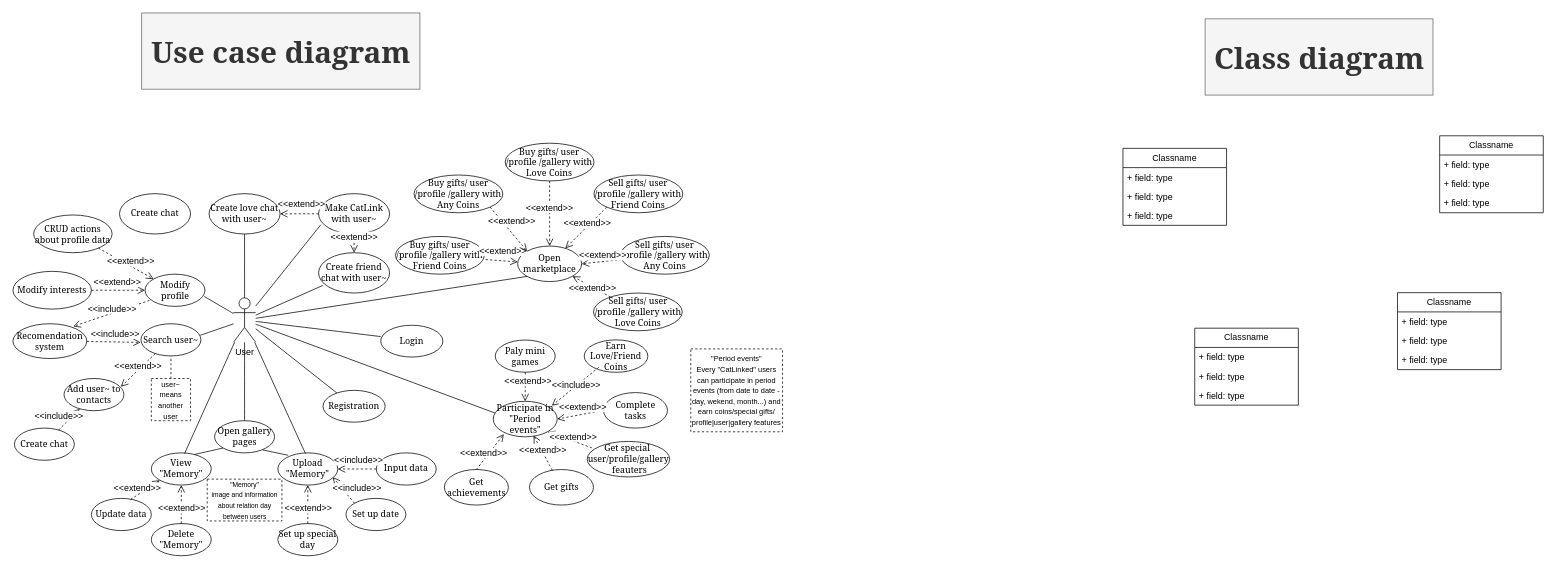
Above: catmate/catmate.drawio in TheRufio/CatMate (draw.io), before the change. Source tidied: cells renumbered, new cells numbered last; positions are measured from the earlier drawing's top-left corner, leaving out a move shared by most shapes. Both pictures are drawn from the tidied source at 74%, with x=0, y=0 at pixel (13, 13).
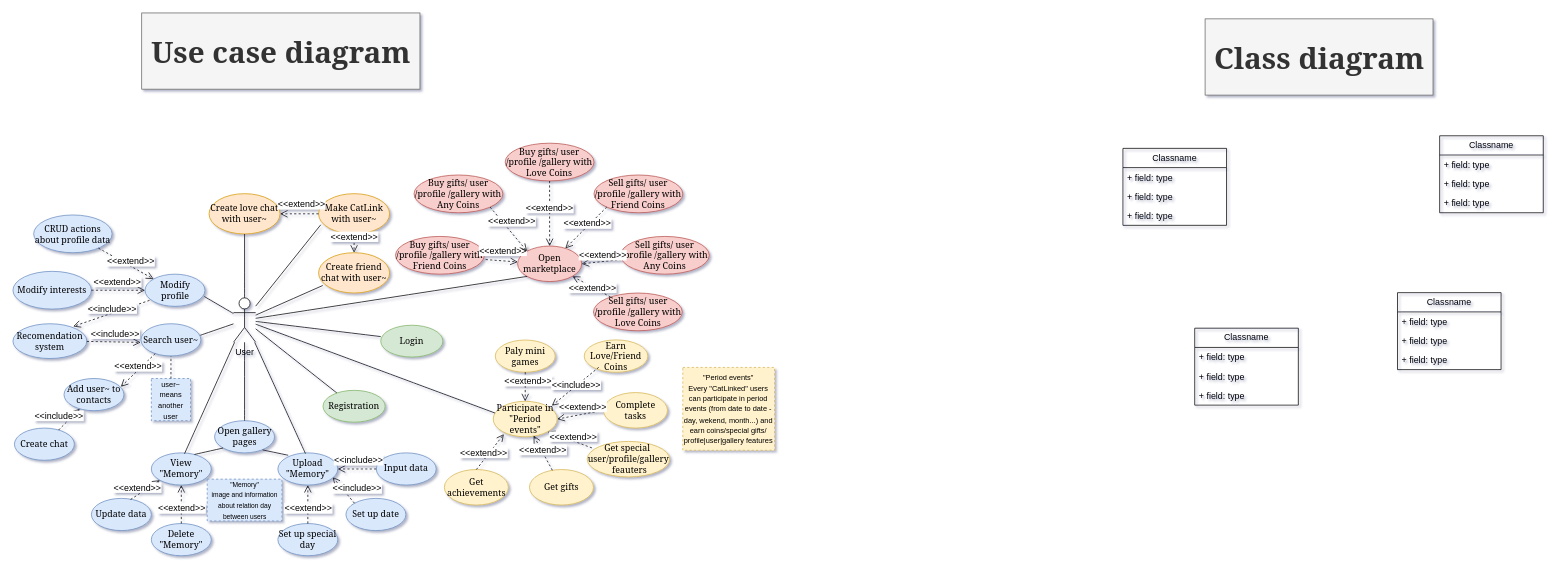
The same diagram, later.

Diff of the diagram source:
```diff
@@
-<mxGraphModel background="#FFFFFF">
+<mxGraphModel background="light-dark(#FFFFFF,#F1F1F1)" shadow="1">
@@
-    <mxCell id="4" value="&lt;font face=&quot;Georgia&quot;&gt;Registration&lt;/font&gt;" style="ellipse;whiteSpace=wrap;html=1;" parent="1" vertex="1">
+    <mxCell id="4" value="&lt;font face=&quot;Georgia&quot;&gt;Registration&lt;/font&gt;" style="ellipse;whiteSpace=wrap;html=1;fillColor=#d5e8d4;strokeColor=#82b366;" parent="1" vertex="1">
       <mxGeometry x="419" y="510" width="84" height="43" as="geometry" />
     </mxCell>
@@
-    <mxCell id="6" value="&lt;font face=&quot;Georgia&quot;&gt;Search user~&lt;/font&gt;" style="ellipse;whiteSpace=wrap;html=1;" parent="1" vertex="1">
+    <mxCell id="6" value="&lt;font face=&quot;Georgia&quot;&gt;Search user~&lt;/font&gt;" style="ellipse;whiteSpace=wrap;html=1;fillColor=#dae8fc;strokeColor=#6c8ebf;" parent="1" vertex="1">
       <mxGeometry x="173" y="420" width="81" height="43.5" as="geometry" />
     </mxCell>
-    <mxCell id="7" value="&lt;font face=&quot;Georgia&quot;&gt;Recomendation system&lt;/font&gt;" style="ellipse;whiteSpace=wrap;html=1;" parent="1" vertex="1">
+    <mxCell id="7" value="&lt;font face=&quot;Georgia&quot;&gt;Recomendation system&lt;/font&gt;" style="ellipse;whiteSpace=wrap;html=1;fillColor=#dae8fc;strokeColor=#6c8ebf;" parent="1" vertex="1">
       <mxGeometry y="420" width="99.8" height="47" as="geometry" />
     </mxCell>
@@
-    <mxCell id="10" value="&lt;font style=&quot;font-size: 10px;&quot;&gt;user~&lt;/font&gt;&lt;div&gt;&lt;font style=&quot;font-size: 10px;&quot;&gt;means another user&lt;/font&gt;&lt;/div&gt;" style="whiteSpace=wrap;html=1;strokeWidth=1;dashed=1;" parent="1" vertex="1">
+    <mxCell id="10" value="&lt;font style=&quot;font-size: 10px;&quot;&gt;user~&lt;/font&gt;&lt;div&gt;&lt;font style=&quot;font-size: 10px;&quot;&gt;means another user&lt;/font&gt;&lt;/div&gt;" style="whiteSpace=wrap;html=1;strokeWidth=1;dashed=1;fillColor=#dae8fc;strokeColor=#6c8ebf;" parent="1" vertex="1">
       <mxGeometry x="187" y="494" width="53" height="57" as="geometry" />
     </mxCell>
@@
-    <mxCell id="12" value="&lt;font face=&quot;Georgia&quot;&gt;Open marketplace&lt;/font&gt;" style="ellipse;whiteSpace=wrap;html=1;" parent="1" vertex="1">
+    <mxCell id="12" value="&lt;font face=&quot;Georgia&quot;&gt;Open marketplace&lt;/font&gt;" style="ellipse;whiteSpace=wrap;html=1;fillColor=#f8cecc;strokeColor=#b85450;" parent="1" vertex="1">
       <mxGeometry x="682" y="315" width="86.5" height="48" as="geometry" />
     </mxCell>
-    <mxCell id="13" value="&lt;font face=&quot;Georgia&quot;&gt;Make CatLink with user~&lt;/font&gt;" style="ellipse;whiteSpace=wrap;html=1;" parent="1" vertex="1">
+    <mxCell id="13" value="&lt;font face=&quot;Georgia&quot;&gt;Make CatLink with user~&lt;/font&gt;" style="ellipse;whiteSpace=wrap;html=1;fillColor=#ffe6cc;strokeColor=#d79b00;" parent="1" vertex="1">
       <mxGeometry x="413" y="244.2" width="96" height="54.5" as="geometry" />
     </mxCell>
@@
-    <mxCell id="16" value="&lt;font face=&quot;Georgia&quot;&gt;Create love chat with user~&lt;/font&gt;" style="ellipse;whiteSpace=wrap;html=1;" parent="1" vertex="1">
+    <mxCell id="16" value="&lt;font face=&quot;Georgia&quot;&gt;Create love chat with user~&lt;/font&gt;" style="ellipse;whiteSpace=wrap;html=1;fillColor=#ffe6cc;strokeColor=#d79b00;" parent="1" vertex="1">
       <mxGeometry x="265" y="244.2" width="96" height="54.5" as="geometry" />
     </mxCell>
-    <mxCell id="17" value="&lt;font face=&quot;Georgia&quot;&gt;Create friend chat with user~&lt;/font&gt;" style="ellipse;whiteSpace=wrap;html=1;" parent="1" vertex="1">
+    <mxCell id="17" value="&lt;font face=&quot;Georgia&quot;&gt;Create friend chat with user~&lt;/font&gt;" style="ellipse;whiteSpace=wrap;html=1;fillColor=#ffe6cc;strokeColor=#d79b00;" parent="1" vertex="1">
       <mxGeometry x="413" y="324" width="96" height="54.5" as="geometry" />
     </mxCell>
@@
-    <mxCell id="22" value="&lt;font face=&quot;Georgia&quot;&gt;Add user~ to contacts&lt;/font&gt;" style="ellipse;whiteSpace=wrap;html=1;" parent="1" vertex="1">
+    <mxCell id="22" value="&lt;font face=&quot;Georgia&quot;&gt;Add user~ to contacts&lt;/font&gt;" style="ellipse;whiteSpace=wrap;html=1;fillColor=#dae8fc;strokeColor=#6c8ebf;" parent="1" vertex="1">
       <mxGeometry x="69" y="494" width="81" height="43.5" as="geometry" />
     </mxCell>
@@
-    <mxCell id="24" value="&lt;font face=&quot;Georgia&quot;&gt;Open gallery pages&lt;/font&gt;" style="ellipse;whiteSpace=wrap;html=1;" parent="1" vertex="1">
+    <mxCell id="24" value="&lt;font face=&quot;Georgia&quot;&gt;Open gallery pages&lt;/font&gt;" style="ellipse;whiteSpace=wrap;html=1;fillColor=#dae8fc;strokeColor=#6c8ebf;" parent="1" vertex="1">
       <mxGeometry x="272.5" y="551" width="81" height="43.5" as="geometry" />
     </mxCell>
@@
-    <mxCell id="26" value="&lt;font face=&quot;Georgia&quot;&gt;Set up date&lt;/font&gt;" style="ellipse;whiteSpace=wrap;html=1;" parent="1" vertex="1">
+    <mxCell id="26" value="&lt;font face=&quot;Georgia&quot;&gt;Set up date&lt;/font&gt;" style="ellipse;whiteSpace=wrap;html=1;fillColor=#dae8fc;strokeColor=#6c8ebf;" parent="1" vertex="1">
       <mxGeometry x="450" y="656" width="81" height="43.5" as="geometry" />
     </mxCell>
@@
-    <mxCell id="28" value="&lt;font face=&quot;Georgia&quot;&gt;Set up special day&lt;/font&gt;" style="ellipse;whiteSpace=wrap;html=1;" parent="1" vertex="1">
+    <mxCell id="28" value="&lt;font face=&quot;Georgia&quot;&gt;Set up special day&lt;/font&gt;" style="ellipse;whiteSpace=wrap;html=1;fillColor=#dae8fc;strokeColor=#6c8ebf;" parent="1" vertex="1">
       <mxGeometry x="358" y="690" width="81" height="43.5" as="geometry" />
     </mxCell>
@@
-    <mxCell id="30" value="&lt;font face=&quot;Georgia&quot;&gt;Upload &quot;Memory&quot;&lt;/font&gt;" style="ellipse;whiteSpace=wrap;html=1;" parent="1" vertex="1">
+    <mxCell id="30" value="&lt;font face=&quot;Georgia&quot;&gt;Upload &quot;Memory&quot;&lt;/font&gt;" style="ellipse;whiteSpace=wrap;html=1;fillColor=#dae8fc;strokeColor=#6c8ebf;" parent="1" vertex="1">
       <mxGeometry x="358" y="594.5" width="81" height="43.5" as="geometry" />
     </mxCell>
@@
-    <mxCell id="33" value="&lt;font face=&quot;Georgia&quot;&gt;View &quot;Memory&quot;&lt;/font&gt;" style="ellipse;whiteSpace=wrap;html=1;" parent="1" vertex="1">
+    <mxCell id="33" value="&lt;font face=&quot;Georgia&quot;&gt;View &quot;Memory&quot;&lt;/font&gt;" style="ellipse;whiteSpace=wrap;html=1;fillColor=#dae8fc;strokeColor=#6c8ebf;" parent="1" vertex="1">
       <mxGeometry x="187" y="594.5" width="81" height="43.5" as="geometry" />
     </mxCell>
@@
-    <mxCell id="35" value="&lt;font face=&quot;Georgia&quot;&gt;Update data&lt;/font&gt;" style="ellipse;whiteSpace=wrap;html=1;" parent="1" vertex="1">
+    <mxCell id="35" value="&lt;font face=&quot;Georgia&quot;&gt;Update data&lt;/font&gt;" style="ellipse;whiteSpace=wrap;html=1;fillColor=#dae8fc;strokeColor=#6c8ebf;" parent="1" vertex="1">
       <mxGeometry x="106" y="656" width="81" height="43.5" as="geometry" />
     </mxCell>
@@
-    <mxCell id="38" value="&lt;font face=&quot;Georgia&quot;&gt;Input data&lt;/font&gt;" style="ellipse;whiteSpace=wrap;html=1;" parent="1" vertex="1">
+    <mxCell id="38" value="&lt;font face=&quot;Georgia&quot;&gt;Input data&lt;/font&gt;" style="ellipse;whiteSpace=wrap;html=1;fillColor=#dae8fc;strokeColor=#6c8ebf;" parent="1" vertex="1">
       <mxGeometry x="491" y="594.5" width="81" height="43.5" as="geometry" />
     </mxCell>
@@
-    <mxCell id="40" value="&lt;font face=&quot;Georgia&quot;&gt;Delete &quot;Memory&quot;&lt;/font&gt;" style="ellipse;whiteSpace=wrap;html=1;" parent="1" vertex="1">
+    <mxCell id="40" value="&lt;font face=&quot;Georgia&quot;&gt;Delete &quot;Memory&quot;&lt;/font&gt;" style="ellipse;whiteSpace=wrap;html=1;fillColor=#dae8fc;strokeColor=#6c8ebf;" parent="1" vertex="1">
       <mxGeometry x="187" y="690" width="81" height="43.5" as="geometry" />
     </mxCell>
-    <mxCell id="41" value="&lt;font style=&quot;font-size: 9px;&quot;&gt;&quot;Memory&quot;&lt;/font&gt;&lt;div&gt;&lt;font style=&quot;font-size: 9px;&quot;&gt;image and information about relation day between users&lt;/font&gt;&lt;/div&gt;" style="whiteSpace=wrap;html=1;strokeWidth=1;dashed=1;" parent="1" vertex="1">
+    <mxCell id="41" value="&lt;font style=&quot;font-size: 9px;&quot;&gt;&quot;Memory&quot;&lt;/font&gt;&lt;div&gt;&lt;font style=&quot;font-size: 9px;&quot;&gt;image and information about relation day between users&lt;/font&gt;&lt;/div&gt;" style="whiteSpace=wrap;html=1;strokeWidth=1;dashed=1;fillColor=#dae8fc;strokeColor=#6c8ebf;" parent="1" vertex="1">
       <mxGeometry x="262.5" y="630" width="101" height="56.5" as="geometry" />
     </mxCell>
@@
-    <mxCell id="43" value="&lt;font face=&quot;Georgia&quot;&gt;Modify profile&lt;/font&gt;" style="ellipse;whiteSpace=wrap;html=1;" parent="1" vertex="1">
+    <mxCell id="43" value="&lt;font face=&quot;Georgia&quot;&gt;Modify profile&lt;/font&gt;" style="ellipse;whiteSpace=wrap;html=1;fillColor=#dae8fc;strokeColor=#6c8ebf;" parent="1" vertex="1">
       <mxGeometry x="178.5" y="353" width="81" height="43.5" as="geometry" />
     </mxCell>
-    <mxCell id="44" value="&lt;font face=&quot;Georgia&quot;&gt;CRUD actions about profile data&lt;/font&gt;" style="ellipse;whiteSpace=wrap;html=1;" parent="1" vertex="1">
+    <mxCell id="44" value="&lt;font face=&quot;Georgia&quot;&gt;CRUD actions about profile data&lt;/font&gt;" style="ellipse;whiteSpace=wrap;html=1;fillColor=#dae8fc;strokeColor=#6c8ebf;" parent="1" vertex="1">
       <mxGeometry x="28" y="273" width="106" height="51" as="geometry" />
     </mxCell>
@@
-    <mxCell id="47" value="&lt;font face=&quot;Georgia&quot;&gt;Modify interests&lt;/font&gt;" style="ellipse;whiteSpace=wrap;html=1;" parent="1" vertex="1">
+    <mxCell id="47" value="&lt;font face=&quot;Georgia&quot;&gt;Modify interests&lt;/font&gt;" style="ellipse;whiteSpace=wrap;html=1;fillColor=#dae8fc;strokeColor=#6c8ebf;" parent="1" vertex="1">
       <mxGeometry y="349.2" width="106" height="51" as="geometry" />
     </mxCell>
@@
-    <mxCell id="67" value="&lt;font face=&quot;Georgia&quot;&gt;Participate in &quot;Period events&quot;&lt;/font&gt;" style="ellipse;whiteSpace=wrap;html=1;" parent="1" vertex="1">
+    <mxCell id="67" value="&lt;font face=&quot;Georgia&quot;&gt;Participate in &quot;Period events&quot;&lt;/font&gt;" style="ellipse;whiteSpace=wrap;html=1;fillColor=#fff2cc;strokeColor=#d6b656;" parent="1" vertex="1">
       <mxGeometry x="649" y="524.8" width="86.5" height="48" as="geometry" />
     </mxCell>
-    <mxCell id="68" value="&lt;div style=&quot;&quot;&gt;&lt;font style=&quot;font-size: 10px;&quot;&gt;&quot;Period events&quot;&lt;/font&gt;&lt;/div&gt;&lt;div style=&quot;&quot;&gt;&lt;span style=&quot;background-color: transparent; color: light-dark(rgb(0, 0, 0), rgb(255, 255, 255));&quot;&gt;&lt;font style=&quot;font-size: 10px;&quot;&gt;Every &quot;CatLinked&quot; users can participate in period events (from date to date - day, wekend, month...) and earn coins/special gifts/ profile|user|gallery features&lt;/font&gt;&lt;/span&gt;&lt;/div&gt;" style="whiteSpace=wrap;html=1;strokeWidth=1;dashed=1;align=center;" parent="1" vertex="1">
-      <mxGeometry x="916" y="454" width="124" height="112" as="geometry" />
+    <mxCell id="68" value="&lt;div style=&quot;&quot;&gt;&lt;font style=&quot;font-size: 10px;&quot;&gt;&quot;Period events&quot;&lt;/font&gt;&lt;/div&gt;&lt;div style=&quot;&quot;&gt;&lt;span style=&quot;background-color: transparent; color: light-dark(rgb(0, 0, 0), rgb(255, 255, 255));&quot;&gt;&lt;font style=&quot;font-size: 10px;&quot;&gt;Every &quot;CatLinked&quot; users can participate in period events (from date to date - day, wekend, month...) and earn coins/special gifts/ profile|user|gallery features&lt;/font&gt;&lt;/span&gt;&lt;/div&gt;" style="whiteSpace=wrap;html=1;strokeWidth=1;dashed=1;align=center;fillColor=#fff2cc;strokeColor=#d6b656;" parent="1" vertex="1">
+      <mxGeometry x="905.2" y="479" width="124" height="112" as="geometry" />
     </mxCell>
@@
-    <mxCell id="70" value="&lt;font face=&quot;Georgia&quot;&gt;Paly mini games&lt;/font&gt;" style="ellipse;whiteSpace=wrap;html=1;" parent="1" vertex="1">
+    <mxCell id="70" value="&lt;font face=&quot;Georgia&quot;&gt;Paly mini games&lt;/font&gt;" style="ellipse;whiteSpace=wrap;html=1;fillColor=#fff2cc;strokeColor=#d6b656;" parent="1" vertex="1">
       <mxGeometry x="651.8" y="442" width="81" height="43.5" as="geometry" />
     </mxCell>
@@
-    <mxCell id="72" value="&lt;font face=&quot;Georgia&quot;&gt;Earn Love/Friend Coins&lt;/font&gt;" style="ellipse;whiteSpace=wrap;html=1;" parent="1" vertex="1">
+    <mxCell id="72" value="&lt;font face=&quot;Georgia&quot;&gt;Earn Love/Friend Coins&lt;/font&gt;" style="ellipse;whiteSpace=wrap;html=1;fillColor=#fff2cc;strokeColor=#d6b656;" parent="1" vertex="1">
       <mxGeometry x="772" y="441.8" width="86" height="43.8" as="geometry" />
     </mxCell>
-    <mxCell id="73" value="&lt;font face=&quot;Georgia&quot;&gt;Complete tasks&lt;/font&gt;" style="ellipse;whiteSpace=wrap;html=1;" parent="1" vertex="1">
+    <mxCell id="73" value="&lt;font face=&quot;Georgia&quot;&gt;Complete tasks&lt;/font&gt;" style="ellipse;whiteSpace=wrap;html=1;fillColor=#fff2cc;strokeColor=#d6b656;" parent="1" vertex="1">
       <mxGeometry x="798" y="513" width="86.5" height="48" as="geometry" />
     </mxCell>
@@
-    <mxCell id="76" value="&lt;font face=&quot;Georgia&quot;&gt;Get achievements&lt;/font&gt;" style="ellipse;whiteSpace=wrap;html=1;" parent="1" vertex="1">
+    <mxCell id="76" value="&lt;font face=&quot;Georgia&quot;&gt;Get achievements&lt;/font&gt;" style="ellipse;whiteSpace=wrap;html=1;fillColor=#fff2cc;strokeColor=#d6b656;" parent="1" vertex="1">
       <mxGeometry x="583" y="617" width="86.5" height="48" as="geometry" />
     </mxCell>
@@
-    <mxCell id="78" value="&lt;font face=&quot;Georgia&quot;&gt;Get special&amp;nbsp;&lt;/font&gt;&lt;div&gt;&lt;span style=&quot;font-family: Georgia;&quot;&gt;user/profile/gallery&lt;/span&gt;&lt;div&gt;&lt;font face=&quot;Georgia&quot;&gt;&amp;nbsp;feauters&lt;/font&gt;&lt;/div&gt;&lt;/div&gt;" style="ellipse;whiteSpace=wrap;html=1;" parent="1" vertex="1">
+    <mxCell id="78" value="&lt;font face=&quot;Georgia&quot;&gt;Get special&amp;nbsp;&lt;/font&gt;&lt;div&gt;&lt;span style=&quot;font-family: Georgia;&quot;&gt;user/profile/gallery&lt;/span&gt;&lt;div&gt;&lt;font face=&quot;Georgia&quot;&gt;&amp;nbsp;feauters&lt;/font&gt;&lt;/div&gt;&lt;/div&gt;" style="ellipse;whiteSpace=wrap;html=1;fillColor=#fff2cc;strokeColor=#d6b656;" parent="1" vertex="1">
       <mxGeometry x="776" y="579" width="111.5" height="48" as="geometry" />
     </mxCell>
@@
-    <mxCell id="80" value="&lt;font face=&quot;Georgia&quot;&gt;Login&lt;/font&gt;" style="ellipse;whiteSpace=wrap;html=1;" parent="1" vertex="1">
+    <mxCell id="80" value="&lt;font face=&quot;Georgia&quot;&gt;Login&lt;/font&gt;" style="ellipse;whiteSpace=wrap;html=1;fillColor=#d5e8d4;strokeColor=#82b366;" parent="1" vertex="1">
       <mxGeometry x="497" y="422" width="84" height="43" as="geometry" />
     </mxCell>
@@
-    <mxCell id="82" value="&lt;font face=&quot;Georgia&quot;&gt;Get gifts&lt;/font&gt;" style="ellipse;whiteSpace=wrap;html=1;" parent="1" vertex="1">
+    <mxCell id="82" value="&lt;font face=&quot;Georgia&quot;&gt;Get gifts&lt;/font&gt;" style="ellipse;whiteSpace=wrap;html=1;fillColor=#fff2cc;strokeColor=#d6b656;" parent="1" vertex="1">
       <mxGeometry x="698" y="617" width="86.5" height="48" as="geometry" />
     </mxCell>
@@
-    <mxCell id="84" value="&lt;font face=&quot;Georgia&quot;&gt;Create chat&lt;/font&gt;" style="ellipse;whiteSpace=wrap;html=1;" parent="1" vertex="1">
-      <mxGeometry x="144" y="244.2" width="96" height="54.5" as="geometry" />
-    </mxCell>
-    <mxCell id="85" value="&lt;font face=&quot;Georgia&quot;&gt;Create chat&lt;/font&gt;" style="ellipse;whiteSpace=wrap;html=1;" parent="1" vertex="1">
+    <mxCell id="85" value="&lt;font face=&quot;Georgia&quot;&gt;Create chat&lt;/font&gt;" style="ellipse;whiteSpace=wrap;html=1;fillColor=#dae8fc;strokeColor=#6c8ebf;" parent="1" vertex="1">
       <mxGeometry x="2" y="561" width="81" height="43.5" as="geometry" />
     </mxCell>
@@
-    <mxCell id="87" value="&lt;font face=&quot;Georgia&quot;&gt;Buy gifts/&amp;nbsp;&lt;/font&gt;&lt;span style=&quot;font-family: Georgia;&quot;&gt;user /profile /gallery&lt;/span&gt;&lt;font face=&quot;Georgia&quot;&gt;&amp;nbsp;with Friend Coins&lt;/font&gt;" style="ellipse;whiteSpace=wrap;html=1;" parent="1" vertex="1">
+    <mxCell id="87" value="&lt;font face=&quot;Georgia&quot;&gt;Buy gifts/&amp;nbsp;&lt;/font&gt;&lt;span style=&quot;font-family: Georgia;&quot;&gt;user /profile /gallery&lt;/span&gt;&lt;font face=&quot;Georgia&quot;&gt;&amp;nbsp;with Friend Coins&lt;/font&gt;" style="ellipse;whiteSpace=wrap;html=1;fillColor=#f8cecc;strokeColor=#b85450;" parent="1" vertex="1">
       <mxGeometry x="517" y="302" width="120" height="51" as="geometry" />
     </mxCell>
-    <mxCell id="88" value="&lt;font face=&quot;Georgia&quot;&gt;Buy gifts/&amp;nbsp;&lt;/font&gt;&lt;span style=&quot;font-family: Georgia;&quot;&gt;user /profile /gallery&lt;/span&gt;&lt;font face=&quot;Georgia&quot;&gt;&amp;nbsp;with Love Coins&lt;/font&gt;" style="ellipse;whiteSpace=wrap;html=1;" parent="1" vertex="1">
+    <mxCell id="88" value="&lt;font face=&quot;Georgia&quot;&gt;Buy gifts/&amp;nbsp;&lt;/font&gt;&lt;span style=&quot;font-family: Georgia;&quot;&gt;user /profile /gallery&lt;/span&gt;&lt;font face=&quot;Georgia&quot;&gt;&amp;nbsp;with Love Coins&lt;/font&gt;" style="ellipse;whiteSpace=wrap;html=1;fillColor=#f8cecc;strokeColor=#b85450;" parent="1" vertex="1">
       <mxGeometry x="665.2" y="176" width="120" height="51" as="geometry" />
     </mxCell>
-    <mxCell id="89" value="&lt;font face=&quot;Georgia&quot;&gt;Buy gifts/&amp;nbsp;&lt;/font&gt;&lt;span style=&quot;font-family: Georgia;&quot;&gt;user /profile /gallery&lt;/span&gt;&lt;font face=&quot;Georgia&quot;&gt;&amp;nbsp;with Any Coins&lt;/font&gt;" style="ellipse;whiteSpace=wrap;html=1;" parent="1" vertex="1">
+    <mxCell id="89" value="&lt;font face=&quot;Georgia&quot;&gt;Buy gifts/&amp;nbsp;&lt;/font&gt;&lt;span style=&quot;font-family: Georgia;&quot;&gt;user /profile /gallery&lt;/span&gt;&lt;font face=&quot;Georgia&quot;&gt;&amp;nbsp;with Any Coins&lt;/font&gt;" style="ellipse;whiteSpace=wrap;html=1;fillColor=#f8cecc;strokeColor=#b85450;" parent="1" vertex="1">
       <mxGeometry x="542" y="219" width="120" height="51" as="geometry" />
     </mxCell>
-    <mxCell id="90" value="&lt;font face=&quot;Georgia&quot;&gt;Sell gifts/&amp;nbsp;&lt;/font&gt;&lt;span style=&quot;font-family: Georgia;&quot;&gt;user /profile /gallery&lt;/span&gt;&lt;font face=&quot;Georgia&quot;&gt;&amp;nbsp;with Friend Coins&lt;/font&gt;" style="ellipse;whiteSpace=wrap;html=1;" parent="1" vertex="1">
+    <mxCell id="90" value="&lt;font face=&quot;Georgia&quot;&gt;Sell gifts/&amp;nbsp;&lt;/font&gt;&lt;span style=&quot;font-family: Georgia;&quot;&gt;user /profile /gallery&lt;/span&gt;&lt;font face=&quot;Georgia&quot;&gt;&amp;nbsp;with Friend Coins&lt;/font&gt;" style="ellipse;whiteSpace=wrap;html=1;fillColor=#f8cecc;strokeColor=#b85450;" parent="1" vertex="1">
       <mxGeometry x="785.2" y="219" width="120" height="51" as="geometry" />
     </mxCell>
-    <mxCell id="91" value="&lt;span style=&quot;font-family: Georgia;&quot;&gt;Sell&lt;/span&gt;&lt;font face=&quot;Georgia&quot;&gt;&amp;nbsp;gifts/&amp;nbsp;&lt;/font&gt;&lt;span style=&quot;font-family: Georgia;&quot;&gt;user /profile /gallery&lt;/span&gt;&lt;font face=&quot;Georgia&quot;&gt;&amp;nbsp;with Any Coins&lt;/font&gt;" style="ellipse;whiteSpace=wrap;html=1;" parent="1" vertex="1">
+    <mxCell id="91" value="&lt;span style=&quot;font-family: Georgia;&quot;&gt;Sell&lt;/span&gt;&lt;font face=&quot;Georgia&quot;&gt;&amp;nbsp;gifts/&amp;nbsp;&lt;/font&gt;&lt;span style=&quot;font-family: Georgia;&quot;&gt;user /profile /gallery&lt;/span&gt;&lt;font face=&quot;Georgia&quot;&gt;&amp;nbsp;with Any Coins&lt;/font&gt;" style="ellipse;whiteSpace=wrap;html=1;fillColor=#f8cecc;strokeColor=#b85450;" parent="1" vertex="1">
       <mxGeometry x="821" y="302" width="120" height="51" as="geometry" />
     </mxCell>
-    <mxCell id="92" value="&lt;span style=&quot;font-family: Georgia;&quot;&gt;Sell&lt;/span&gt;&lt;font face=&quot;Georgia&quot;&gt;&amp;nbsp;gifts/&amp;nbsp;&lt;/font&gt;&lt;span style=&quot;font-family: Georgia;&quot;&gt;user /profile /gallery&lt;/span&gt;&lt;font face=&quot;Georgia&quot;&gt;&amp;nbsp;with Love Coins&lt;/font&gt;" style="ellipse;whiteSpace=wrap;html=1;" parent="1" vertex="1">
+    <mxCell id="92" value="&lt;span style=&quot;font-family: Georgia;&quot;&gt;Sell&lt;/span&gt;&lt;font face=&quot;Georgia&quot;&gt;&amp;nbsp;gifts/&amp;nbsp;&lt;/font&gt;&lt;span style=&quot;font-family: Georgia;&quot;&gt;user /profile /gallery&lt;/span&gt;&lt;font face=&quot;Georgia&quot;&gt;&amp;nbsp;with Love Coins&lt;/font&gt;" style="ellipse;whiteSpace=wrap;html=1;fillColor=#f8cecc;strokeColor=#b85450;" parent="1" vertex="1">
       <mxGeometry x="784.5" y="378.5" width="120" height="51" as="geometry" />
     </mxCell>
```
